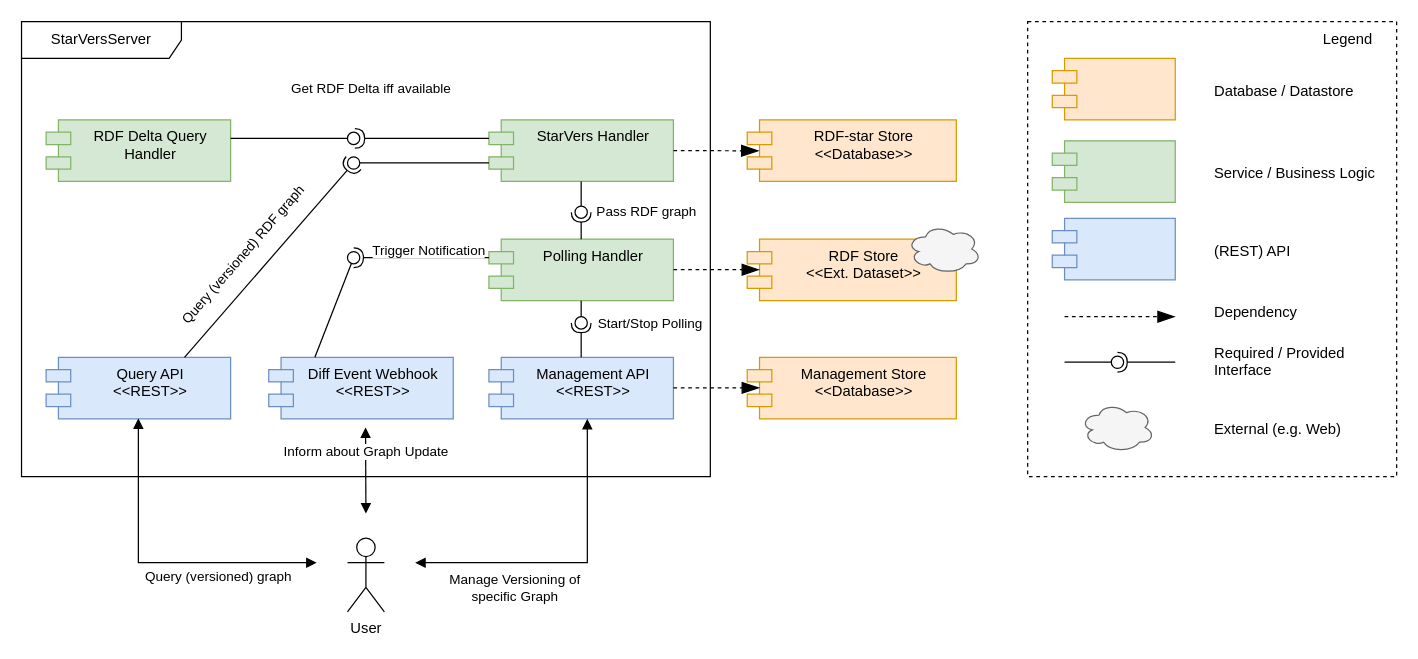
GreenfishK/starvers keeps this draw.io diagram as assets/ComponentDiagram.drawio. Above is the earlier version. Source tidied: cells renumbered, new cells numbered last; positions are measured from the earlier drawing's top-left corner, leaving out a move shared by most shapes. Both pictures are drawn from the tidied source at 123%, with x=0, y=0 at pixel (21, 21).
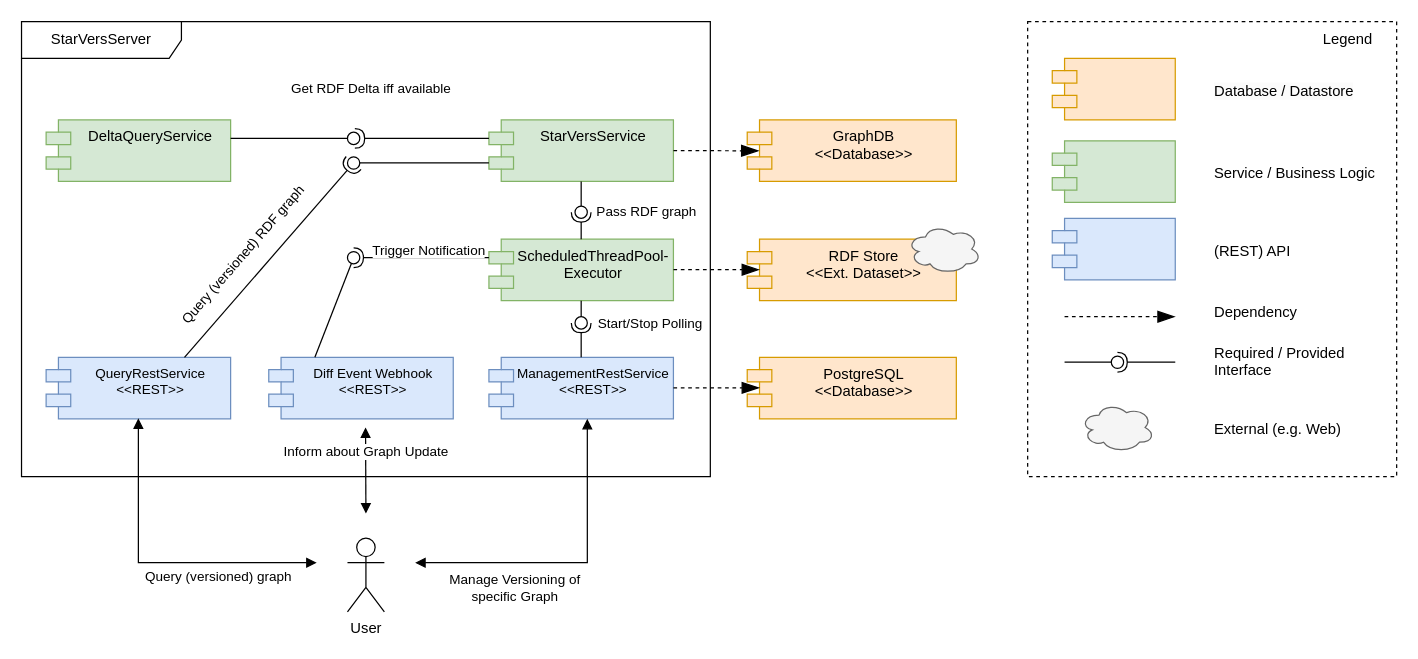
The same diagram, later.

Diff of the diagram source:
```diff
@@
-    <mxCell id="3" value="Polling Handler" style="shape=module;align=left;spacingLeft=20;align=center;verticalAlign=top;whiteSpace=wrap;html=1;fillColor=#d5e8d4;strokeColor=#82b366;" parent="1" vertex="1">
+    <mxCell id="3" value="ScheduledThreadPool-Executor" style="shape=module;align=left;spacingLeft=20;align=center;verticalAlign=top;html=1;fillColor=#d5e8d4;strokeColor=#82b366;whiteSpace=wrap;" parent="1" vertex="1">
       <mxGeometry x="380" y="177" width="150" height="50" as="geometry" />
     </mxCell>
@@
-    <mxCell id="5" value="RDF-star Store&lt;br&gt;&amp;lt;&amp;lt;Database&amp;gt;&amp;gt;" style="shape=module;align=left;spacingLeft=20;align=center;verticalAlign=top;whiteSpace=wrap;html=1;fillColor=#ffe6cc;strokeColor=#d79b00;" parent="1" vertex="1">
+    <mxCell id="5" value="&lt;div&gt;GraphDB&lt;/div&gt;&amp;lt;&amp;lt;Database&amp;gt;&amp;gt;" style="shape=module;align=left;spacingLeft=20;align=center;verticalAlign=top;whiteSpace=wrap;html=1;fillColor=#ffe6cc;strokeColor=#d79b00;" parent="1" vertex="1">
       <mxGeometry x="590" y="80" width="170" height="50" as="geometry" />
     </mxCell>
-    <mxCell id="6" value="Management Store&lt;br&gt;&amp;lt;&amp;lt;Database&amp;gt;&amp;gt;" style="shape=module;align=left;spacingLeft=20;align=center;verticalAlign=top;whiteSpace=wrap;html=1;fillColor=#ffe6cc;strokeColor=#d79b00;" parent="1" vertex="1">
+    <mxCell id="6" value="PostgreSQL&lt;div&gt;&amp;lt;&amp;lt;Database&amp;gt;&amp;gt;&lt;/div&gt;" style="shape=module;align=left;spacingLeft=20;align=center;verticalAlign=top;whiteSpace=wrap;html=1;fillColor=#ffe6cc;strokeColor=#d79b00;" parent="1" vertex="1">
       <mxGeometry x="590" y="273" width="170" height="50" as="geometry" />
     </mxCell>
-    <mxCell id="7" value="Management API&lt;br&gt;&amp;lt;&amp;lt;REST&amp;gt;&amp;gt;" style="shape=module;align=left;spacingLeft=20;align=center;verticalAlign=top;whiteSpace=wrap;html=1;fillColor=#dae8fc;strokeColor=#6c8ebf;" parent="1" vertex="1">
+    <mxCell id="7" value="ManagementRestService&lt;br style=&quot;font-size: 11px;&quot;&gt;&amp;lt;&amp;lt;REST&amp;gt;&amp;gt;" style="shape=module;align=left;spacingLeft=20;align=center;verticalAlign=top;whiteSpace=wrap;html=1;fillColor=#dae8fc;strokeColor=#6c8ebf;fontSize=11;" parent="1" vertex="1">
       <mxGeometry x="380" y="273" width="150" height="50" as="geometry" />
     </mxCell>
-    <mxCell id="8" value="StarVers Handler" style="shape=module;align=left;spacingLeft=20;align=center;verticalAlign=top;whiteSpace=wrap;html=1;fillColor=#d5e8d4;strokeColor=#82b366;" parent="1" vertex="1">
+    <mxCell id="8" value="StarVersService" style="shape=module;align=left;spacingLeft=20;align=center;verticalAlign=top;whiteSpace=wrap;html=1;fillColor=#d5e8d4;strokeColor=#82b366;" parent="1" vertex="1">
       <mxGeometry x="380" y="80" width="150" height="50" as="geometry" />
     </mxCell>
-    <mxCell id="9" value="Query API&lt;br style=&quot;border-color: var(--border-color);&quot;&gt;&amp;lt;&amp;lt;REST&amp;gt;&amp;gt;" style="shape=module;align=left;spacingLeft=20;align=center;verticalAlign=top;whiteSpace=wrap;html=1;fillColor=#dae8fc;strokeColor=#6c8ebf;" parent="1" vertex="1">
+    <mxCell id="9" value="QueryRestService&lt;br style=&quot;border-color: var(--border-color); font-size: 11px;&quot;&gt;&amp;lt;&amp;lt;REST&amp;gt;&amp;gt;" style="shape=module;align=left;spacingLeft=20;align=center;verticalAlign=top;whiteSpace=wrap;html=1;fillColor=#dae8fc;strokeColor=#6c8ebf;fontSize=11;" parent="1" vertex="1">
       <mxGeometry x="20" y="273" width="150" height="50" as="geometry" />
     </mxCell>
@@
-    <mxCell id="12" value="RDF Delta Query Handler" style="shape=module;align=left;spacingLeft=20;align=center;verticalAlign=top;whiteSpace=wrap;html=1;fillColor=#d5e8d4;strokeColor=#82b366;" parent="1" vertex="1">
+    <mxCell id="12" value="DeltaQueryService" style="shape=module;align=left;spacingLeft=20;align=center;verticalAlign=top;whiteSpace=wrap;html=1;fillColor=#d5e8d4;strokeColor=#82b366;" parent="1" vertex="1">
       <mxGeometry x="20" y="80" width="150" height="50" as="geometry" />
     </mxCell>
@@
-    <mxCell id="20" value="Diff Event Webhook&lt;br style=&quot;border-color: var(--border-color);&quot;&gt;&amp;lt;&amp;lt;REST&amp;gt;&amp;gt;" style="shape=module;align=left;spacingLeft=20;align=center;verticalAlign=top;whiteSpace=wrap;html=1;fillColor=#dae8fc;strokeColor=#6c8ebf;" parent="1" vertex="1">
+    <mxCell id="20" value="Diff Event Webhook&lt;br style=&quot;border-color: var(--border-color); font-size: 11px;&quot;&gt;&amp;lt;&amp;lt;REST&amp;gt;&amp;gt;" style="shape=module;align=left;spacingLeft=20;align=center;verticalAlign=top;whiteSpace=wrap;html=1;fillColor=#dae8fc;strokeColor=#6c8ebf;fontSize=11;" parent="1" vertex="1">
       <mxGeometry x="201" y="273" width="150" height="50" as="geometry" />
     </mxCell>
```
